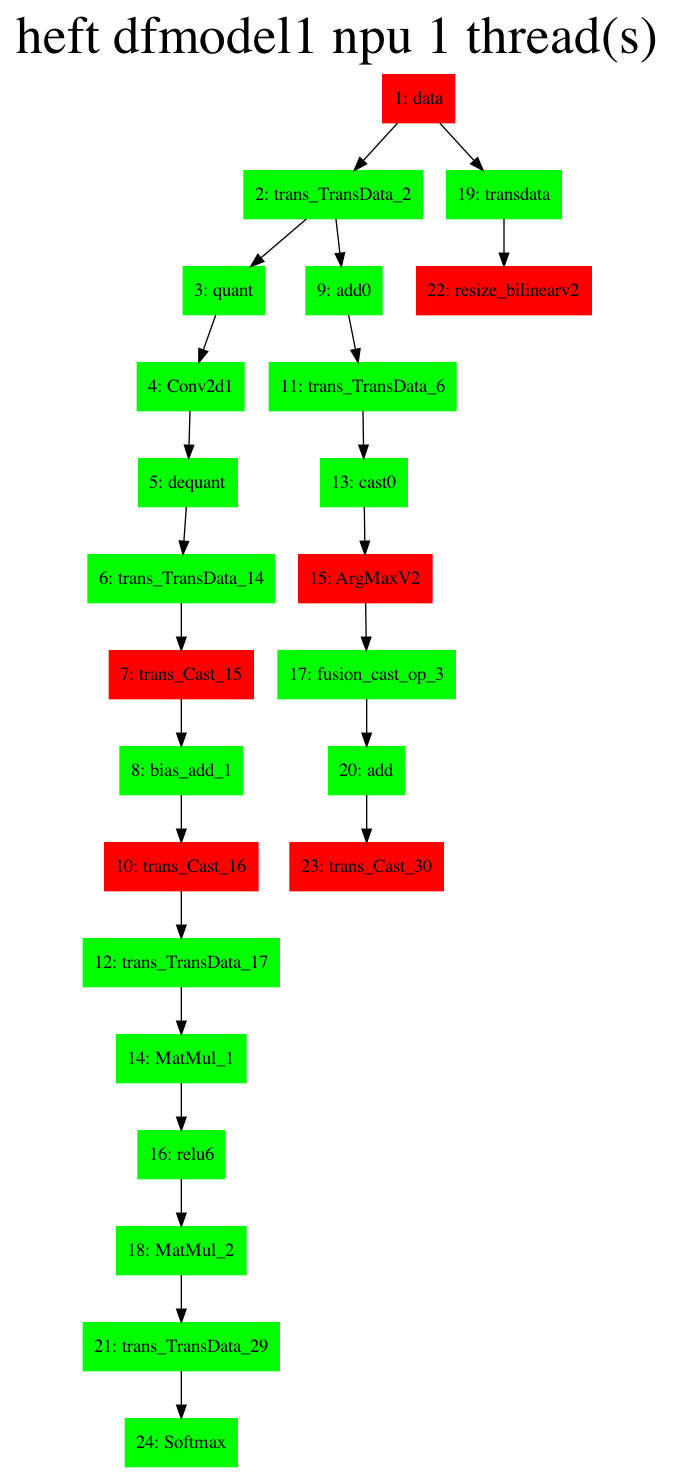
summerspringwei/DAG-Scheduler keeps this Graphviz diagram as mnn/models/dfmodel1/npu/heft-graphviz-dfmodel1-cpu-1.png. Above is the earlier version. Its source is kept beside it as mnn/models/dfmodel1/npu/heft-graphviz-dfmodel1-cpu-1.gv. Its diagram source:
```dot
digraph G {
label     = "heft dfmodel1 npu 1 thread(s)"
    labelloc  =  t // t: Place the graph's title on top.
    fontsize  = 40 // Make title stand out by giving a large font size
    fontcolor = black"1: data"->"2: trans_TransData_2";
"1: data"->"19: transdata";
"1: data" [shape=box,style=filled,color=red];
"19: transdata"->"22: resize_bilinearv2";
"19: transdata" [shape=box,style=filled,color=green];
"2: trans_TransData_2"->"3: quant";
"2: trans_TransData_2"->"9: add0";
"2: trans_TransData_2" [shape=box,style=filled,color=green];
"9: add0"->"11: trans_TransData_6";
"9: add0" [shape=box,style=filled,color=green];
"11: trans_TransData_6"->"13: cast0";
"11: trans_TransData_6" [shape=box,style=filled,color=green];
"13: cast0"->"15: ArgMaxV2";
"13: cast0" [shape=box,style=filled,color=green];
"3: quant"->"4: Conv2d1";
"3: quant" [shape=box,style=filled,color=green];
"4: Conv2d1"->"5: dequant";
"4: Conv2d1" [shape=box,style=filled,color=green];
"5: dequant"->"6: trans_TransData_14";
"5: dequant" [shape=box,style=filled,color=green];
"6: trans_TransData_14"->"7: trans_Cast_15";
"6: trans_TransData_14" [shape=box,style=filled,color=green];
"7: trans_Cast_15"->"8: bias_add_1";
"7: trans_Cast_15" [shape=box,style=filled,color=red];
"22: resize_bilinearv2" [shape=box,style=filled,color=red];
"15: ArgMaxV2"->"17: fusion_cast_op_3";
"15: ArgMaxV2" [shape=box,style=filled,color=red];
"17: fusion_cast_op_3"->"20: add";
"17: fusion_cast_op_3" [shape=box,style=filled,color=green];
"20: add"->"23: trans_Cast_30";
"20: add" [shape=box,style=filled,color=green];
"23: trans_Cast_30" [shape=box,style=filled,color=red];
"8: bias_add_1"->"10: trans_Cast_16";
"8: bias_add_1" [shape=box,style=filled,color=green];
"10: trans_Cast_16"->"12: trans_TransData_17";
"10: trans_Cast_16" [shape=box,style=filled,color=red];
"12: trans_TransData_17"->"14: MatMul_1";
"12: trans_TransData_17" [shape=box,style=filled,color=green];
"14: MatMul_1"->"16: relu6";
"14: MatMul_1" [shape=box,style=filled,color=green];
"16: relu6"->"18: MatMul_2";
"16: relu6" [shape=box,style=filled,color=green];
"18: MatMul_2"->"21: trans_TransData_29";
"18: MatMul_2" [shape=box,style=filled,color=green];
"21: trans_TransData_29"->"24: Softmax";
"21: trans_TransData_29" [shape=box,style=filled,color=green];
"24: Softmax" [shape=box,style=filled,color=green];
}
```
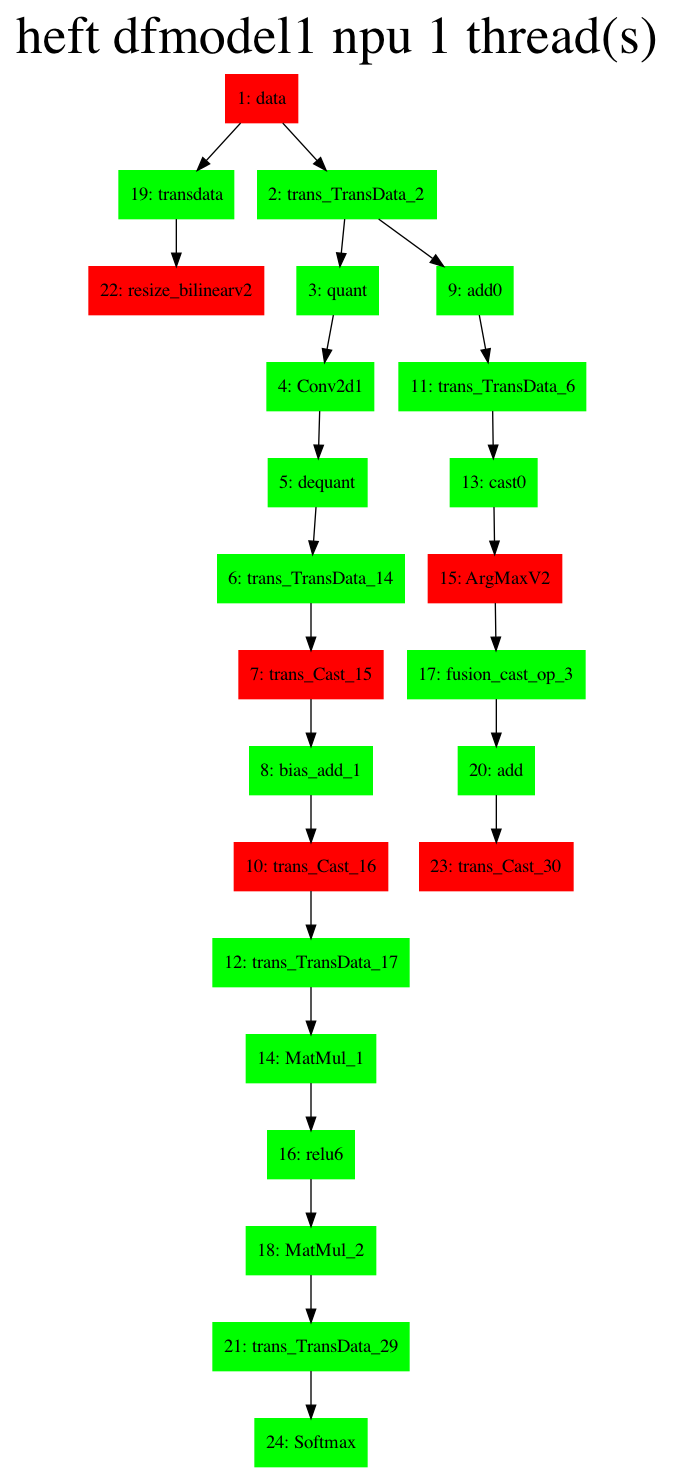
After the commit.

Diff of the diagram source:
```diff
@@ -2,8 +2,8 @@
 label     = "heft dfmodel1 npu 1 thread(s)"
     labelloc  =  t // t: Place the graph's title on top.
     fontsize  = 40 // Make title stand out by giving a large font size
-    fontcolor = black"1: data"->"2: trans_TransData_2";
-"1: data"->"19: transdata";
+    fontcolor = black"1: data"->"19: transdata";
+"1: data"->"2: trans_TransData_2";
 "1: data" [shape=box,style=filled,color=red];
 "19: transdata"->"22: resize_bilinearv2";
 "19: transdata" [shape=box,style=filled,color=green];
```
